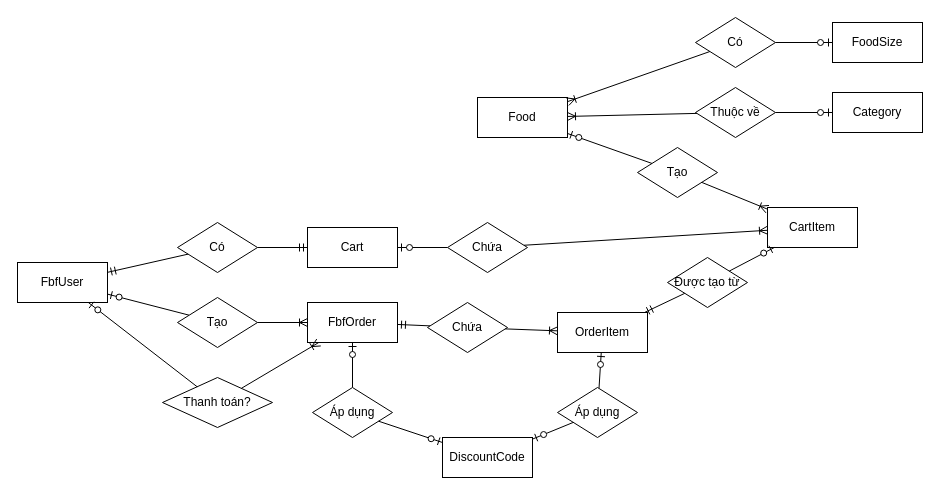
phucnguyenhoank/ltmb_design keeps this draw.io diagram as ltmb_db_v1.drawio. Above is the earlier version. Source tidied: cells renumbered, new cells numbered last; positions are measured from the earlier drawing's top-left corner, leaving out a move shared by most shapes. Both pictures are drawn from the tidied source at 100%, with x=0, y=0 at pixel (17, 17).
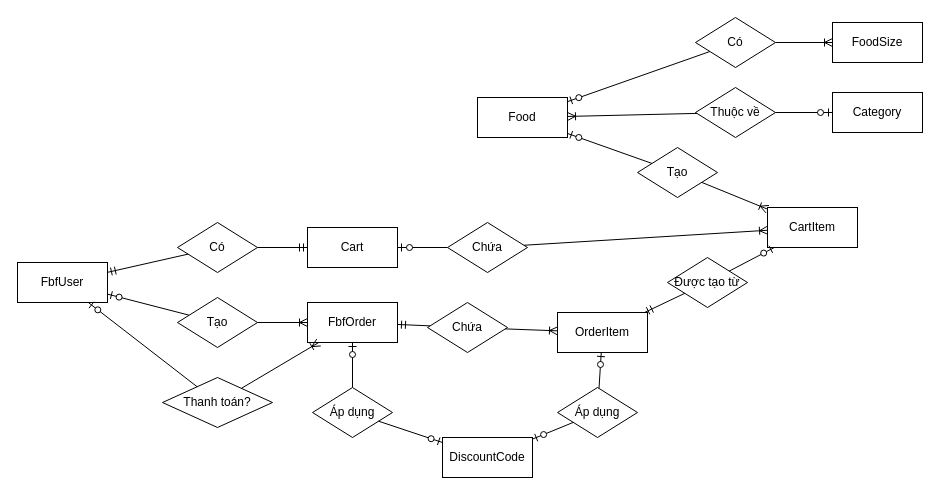
After the change.

Unchanged cells that the change refers to:
```xml
<mxCell id="3" value="Food" style="rounded=0;whiteSpace=wrap;html=1;" parent="1" vertex="1">
  <mxGeometry x="460" y="80" width="90" height="40" as="geometry" />
</mxCell>
<mxCell id="25" value="FoodSize" style="rounded=0;whiteSpace=wrap;html=1;" parent="1" vertex="1">
  <mxGeometry x="815" y="5" width="90" height="40" as="geometry" />
</mxCell>
<mxCell id="29" value="Có" style="rhombus;whiteSpace=wrap;html=1;" parent="1" vertex="1">
  <mxGeometry x="678" width="80" height="50" as="geometry" />
</mxCell>
```

What changed in the source:
```diff
@@
-    <mxCell id="30" style="fontSize=12;html=1;endArrow=ERzeroToOne;endFill=1;rounded=0;" parent="1" edge="1" source="29" target="25">
+    <mxCell id="30" style="fontSize=12;html=1;endArrow=ERzeroToOne;endFill=1;rounded=0;" parent="1" edge="1" source="29" target="3">
       <mxGeometry relative="1" as="geometry" />
     </mxCell>
-    <mxCell id="31" style="fontSize=12;html=1;endArrow=ERoneToMany;rounded=0;" parent="1" edge="1" source="29" target="3">
+    <mxCell id="31" style="fontSize=12;html=1;endArrow=ERoneToMany;rounded=0;" parent="1" edge="1" source="29" target="25">
       <mxGeometry relative="1" as="geometry" />
     </mxCell>
```
